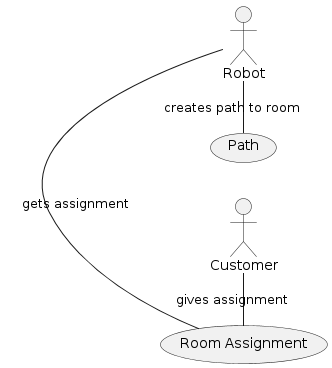
Above: docs/design/usecases/usecase9.png in ur-cs-courses/course-project-catch-up (PlantUML), before the change. The source it was exported from:
```plantuml
@startuml UseCase9

left to right direction

actor Customer
actor Robot

usecase "Room Assignment" as roomAssignment
usecase Path

Robot - roomAssignment: "gets assignment"
Customer - roomAssignment: "gives assignment"
Robot - Path: "creates path to room"

@enduml
```
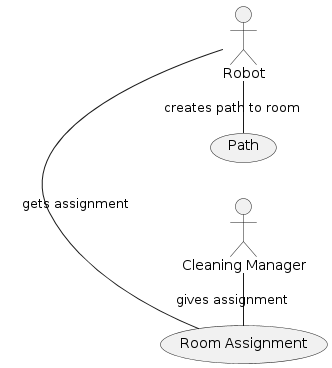
After the change.

The edit, as a diff of the source:
```diff
@@ -2,14 +2,14 @@
 
 left to right direction
 
-actor Customer
+actor "Cleaning Manager" as C
 actor Robot
 
 usecase "Room Assignment" as roomAssignment
 usecase Path
 
 Robot - roomAssignment: "gets assignment"
-Customer - roomAssignment: "gives assignment"
+C - roomAssignment: "gives assignment"
 Robot - Path: "creates path to room"
 
 @enduml
```
